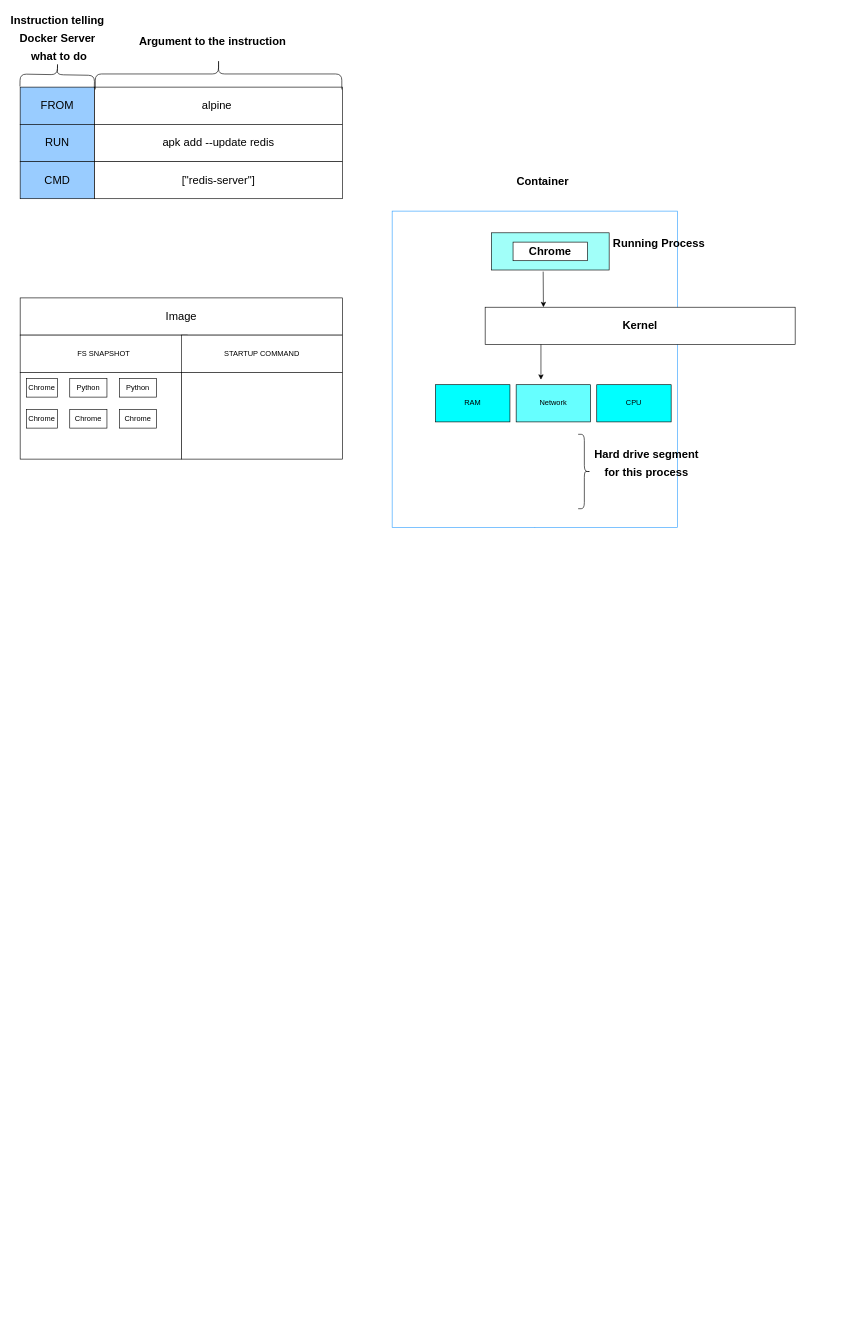
Before: page "Dockerfile image build" (3 of 3) of Untitled Diagram.drawio in hephaestus88/docker, a draw.io diagram. Source tidied: cells renumbered, new cells numbered last; positions are measured from the earlier drawing's top-left corner, leaving out a move shared by most shapes. Both pictures are drawn from the tidied source at 62%, with x=0, y=0 at pixel (20, -50).
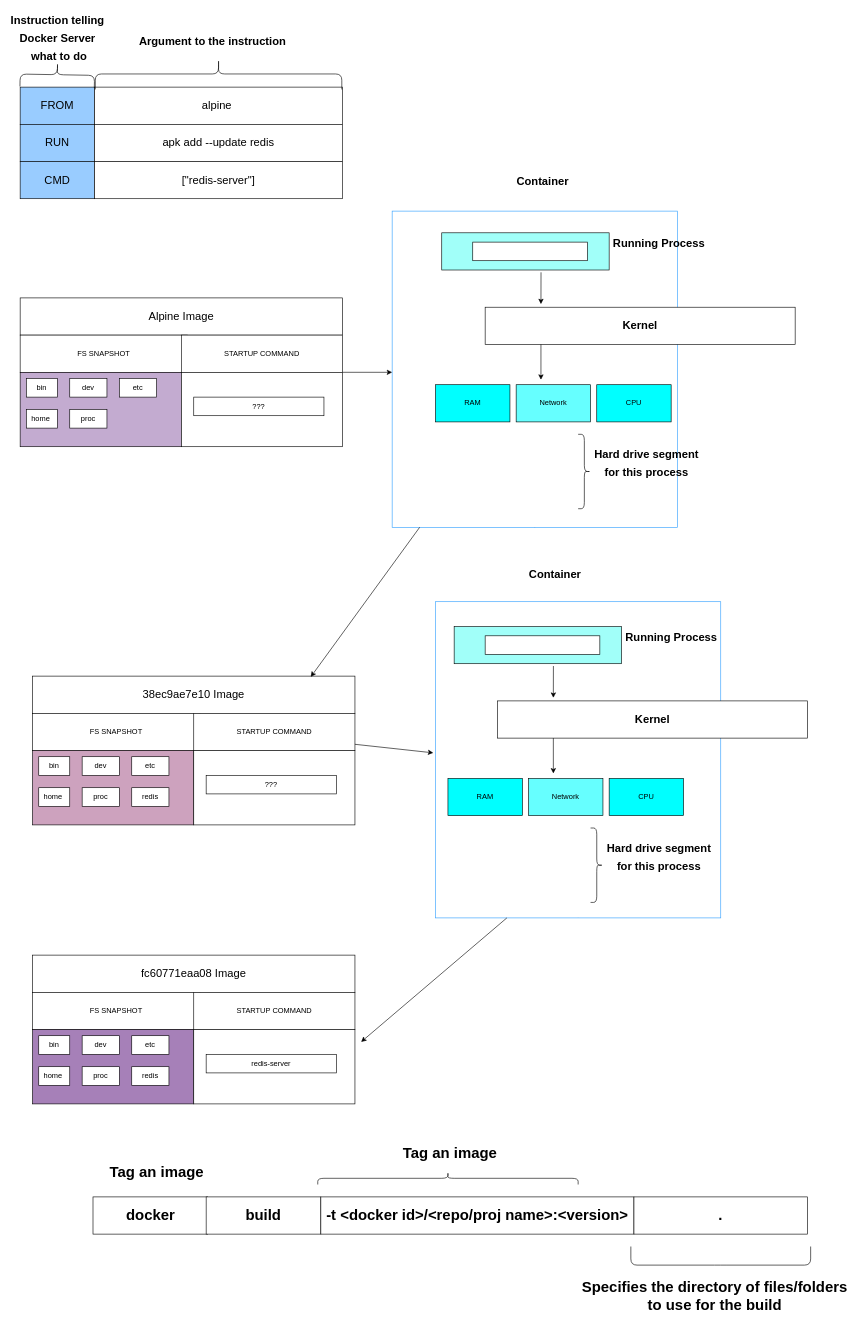
Above is the later version.

Unchanged cells that the change refers to:
```xml
<mxCell id="24" style="rounded=0;whiteSpace=wrap;html=1;points=[[0,0,0,0,0],[0,0.25,0,0,0],[0,0.5,0,0,0],[0,0.75,0,0,0],[0,1,0,0,0],[0.25,0,0,0,0],[0.25,1,0,0,0],[0.5,0,0,0,0],[0.5,1,0,0,0],[0.75,0,0,0,0],[0.75,1,0,0,0],[1,0,0,0,0],[1,0.25,0,0,0],[1,0.5,0,0,0],[1,0.75,0,0,0],[1,1,0,0,0]];strokeColor=#309FFF;shadow=0;" parent="1" vertex="1">
  <mxGeometry x="600" y="420" width="460" height="510" as="geometry" />
</mxCell>
```

What changed in the source:
```diff
@@
-    <mxCell id="12" value="&lt;font style=&quot;font-size: 18px;&quot;&gt;Image&lt;/font&gt;" style="rounded=0;whiteSpace=wrap;html=1;" parent="1" vertex="1">
+    <mxCell id="12" value="&lt;font style=&quot;font-size: 18px;&quot;&gt;Alpine Image&lt;/font&gt;" style="rounded=0;whiteSpace=wrap;html=1;" parent="1" vertex="1">
       <mxGeometry y="560" width="520" height="60" as="geometry" />
     </mxCell>
@@
-    <mxCell id="15" style="rounded=0;whiteSpace=wrap;html=1;" parent="1" vertex="1">
-      <mxGeometry y="680" width="260" height="140" as="geometry" />
+    <mxCell id="15" style="rounded=0;whiteSpace=wrap;html=1;fillColor=#C3ABD0;" parent="1" vertex="1">
+      <mxGeometry y="680" width="260" height="120" as="geometry" />
     </mxCell>
     <mxCell id="16" style="rounded=0;whiteSpace=wrap;html=1;" parent="1" vertex="1">
-      <mxGeometry x="260" y="680" width="260" height="140" as="geometry" />
+      <mxGeometry x="260" y="680" width="260" height="120" as="geometry" />
     </mxCell>
-    <mxCell id="17" value="Chrome" style="rounded=0;whiteSpace=wrap;html=1;" parent="1" vertex="1">
+    <mxCell id="17" value="bin" style="rounded=0;whiteSpace=wrap;html=1;" parent="1" vertex="1">
       <mxGeometry x="10" y="690" width="50" height="30" as="geometry" />
     </mxCell>
-    <mxCell id="18" value="Python" style="rounded=0;whiteSpace=wrap;html=1;" parent="1" vertex="1">
+    <mxCell id="18" value="dev" style="rounded=0;whiteSpace=wrap;html=1;" parent="1" vertex="1">
       <mxGeometry x="80" y="690" width="60" height="30" as="geometry" />
     </mxCell>
-    <mxCell id="19" value="Python" style="rounded=0;whiteSpace=wrap;html=1;" parent="1" vertex="1">
+    <mxCell id="19" value="etc" style="rounded=0;whiteSpace=wrap;html=1;" parent="1" vertex="1">
       <mxGeometry x="160" y="690" width="60" height="30" as="geometry" />
     </mxCell>
-    <mxCell id="20" value="Chrome" style="rounded=0;whiteSpace=wrap;html=1;" parent="1" vertex="1">
+    <mxCell id="20" value="home&amp;nbsp;" style="rounded=0;whiteSpace=wrap;html=1;" parent="1" vertex="1">
       <mxGeometry x="10" y="740" width="50" height="30" as="geometry" />
     </mxCell>
-    <mxCell id="21" value="Chrome" style="rounded=0;whiteSpace=wrap;html=1;" parent="1" vertex="1">
+    <mxCell id="21" value="proc" style="rounded=0;whiteSpace=wrap;html=1;" parent="1" vertex="1">
       <mxGeometry x="80" y="740" width="60" height="30" as="geometry" />
     </mxCell>
-    <mxCell id="22" value="Chrome" style="rounded=0;whiteSpace=wrap;html=1;" parent="1" vertex="1">
-      <mxGeometry x="160" y="740" width="60" height="30" as="geometry" />
-    </mxCell>
@@
     <mxCell id="25" style="rounded=0;whiteSpace=wrap;html=1;fillColor=#A1FFF9;" parent="1" vertex="1">
-      <mxGeometry x="760" y="455" width="190" height="60" as="geometry" />
+      <mxGeometry x="680" y="455" width="270" height="60" as="geometry" />
     </mxCell>
-    <mxCell id="26" value="&lt;font style=&quot;font-size: 18px;&quot;&gt;&lt;b style=&quot;&quot;&gt;Chrome&lt;/b&gt;&lt;/font&gt;" style="rounded=0;whiteSpace=wrap;html=1;" parent="1" vertex="1">
-      <mxGeometry x="795" y="470" width="120" height="30" as="geometry" />
+    <mxCell id="26" style="rounded=0;whiteSpace=wrap;html=1;" parent="1" vertex="1">
+      <mxGeometry x="730" y="470" width="185" height="30" as="geometry" />
     </mxCell>
-    <mxCell id="27" style="endArrow=classic;html=1;rounded=0;exitX=0.44;exitY=1.043;exitDx=0;exitDy=0;exitPerimeter=0;" parent="1" edge="1" source="25">
+    <mxCell id="27" style="endArrow=classic;html=1;rounded=0;exitX=0.593;exitY=1.062;exitDx=0;exitDy=0;exitPerimeter=0;" parent="1" edge="1" source="25">
       <mxGeometry relative="1" as="geometry">
-        <mxPoint x="844" y="575" as="targetPoint" />
+        <mxPoint x="840" y="570" as="targetPoint" />
       </mxGeometry>
     </mxCell>
@@
+    <mxCell id="37" value="???" style="rounded=0;whiteSpace=wrap;html=1;" parent="1" vertex="1">
+      <mxGeometry x="280" y="720" width="210" height="30" as="geometry" />
+    </mxCell>
+    <mxCell id="38" style="edgeStyle=elbowEdgeStyle;rounded=0;jettySize=auto;elbow=vertical;html=1;exitX=0.5;exitY=1;exitDx=0;exitDy=0;exitPerimeter=0;" parent="1" edge="1" source="39" target="46">
+      <mxGeometry relative="1" as="geometry" />
+    </mxCell>
+    <mxCell id="39" style="rounded=0;whiteSpace=wrap;html=1;points=[[0,0,0,0,0],[0,0.25,0,0,0],[0,0.5,0,0,0],[0,0.75,0,0,0],[0,1,0,0,0],[0.25,0,0,0,0],[0.25,1,0,0,0],[0.5,0,0,0,0],[0.5,1,0,0,0],[0.75,0,0,0,0],[0.75,1,0,0,0],[1,0,0,0,0],[1,0.25,0,0,0],[1,0.5,0,0,0],[1,0.75,0,0,0],[1,1,0,0,0]];strokeColor=#309FFF;shadow=0;" parent="1" vertex="1">
+      <mxGeometry x="670" y="1050" width="460" height="510" as="geometry" />
+    </mxCell>
+    <mxCell id="40" style="rounded=0;whiteSpace=wrap;html=1;fillColor=#A1FFF9;" parent="1" vertex="1">
+      <mxGeometry x="700" y="1090" width="270" height="60" as="geometry" />
+    </mxCell>
+    <mxCell id="41" style="rounded=0;whiteSpace=wrap;html=1;" parent="1" vertex="1">
+      <mxGeometry x="750" y="1105" width="185" height="30" as="geometry" />
+    </mxCell>
+    <mxCell id="42" style="endArrow=classic;html=1;rounded=0;exitX=0.593;exitY=1.062;exitDx=0;exitDy=0;exitPerimeter=0;" parent="1" edge="1" source="40">
+      <mxGeometry relative="1" as="geometry">
+        <mxPoint x="860" y="1205" as="targetPoint" />
+      </mxGeometry>
+    </mxCell>
+    <mxCell id="43" value="&lt;font style=&quot;font-size: 18px;&quot;&gt;&lt;b&gt;Kernel&lt;/b&gt;&lt;/font&gt;" style="rounded=0;whiteSpace=wrap;html=1;" parent="1" vertex="1">
+      <mxGeometry x="770" y="1210" width="500" height="60" as="geometry" />
+    </mxCell>
+    <mxCell id="44" style="endArrow=classic;html=1;rounded=0;exitX=0.44;exitY=1.043;exitDx=0;exitDy=0;exitPerimeter=0;" parent="1" edge="1">
+      <mxGeometry relative="1" as="geometry">
+        <mxPoint x="860" y="1270" as="sourcePoint" />
+        <mxPoint x="860" y="1327" as="targetPoint" />
+      </mxGeometry>
+    </mxCell>
+    <mxCell id="45" value="Network" style="rounded=0;whiteSpace=wrap;html=1;fillColor=#66FFFF;" parent="1" vertex="1">
+      <mxGeometry x="820" y="1335" width="120" height="60" as="geometry" />
+    </mxCell>
+    <mxCell id="46" value="RAM" style="rounded=0;whiteSpace=wrap;html=1;fillColor=#00FFFF;" parent="1" vertex="1">
+      <mxGeometry x="690" y="1335" width="120" height="60" as="geometry" />
+    </mxCell>
+    <mxCell id="47" value="CPU" style="rounded=0;whiteSpace=wrap;html=1;fillColor=#00FFFF;" parent="1" vertex="1">
+      <mxGeometry x="950" y="1335" width="120" height="60" as="geometry" />
+    </mxCell>
+    <mxCell id="48" value="&lt;span style=&quot;font-size: 18px;&quot;&gt;Container&amp;nbsp;&lt;/span&gt;" style="text;strokeColor=none;fillColor=none;html=1;fontSize=24;fontStyle=1;verticalAlign=middle;align=center;" parent="1" vertex="1">
+      <mxGeometry x="815" y="990" width="100" height="30" as="geometry" />
+    </mxCell>
+    <mxCell id="49" value="&lt;span style=&quot;font-size: 18px;&quot;&gt;Running Process&lt;br&gt;&lt;br&gt;&lt;/span&gt;" style="text;strokeColor=none;fillColor=none;html=1;fontSize=24;fontStyle=1;verticalAlign=middle;align=center;" parent="1" vertex="1">
+      <mxGeometry x="1000" y="1105" width="100" height="30" as="geometry" />
+    </mxCell>
+    <mxCell id="50" style="shape=curlyBracket;whiteSpace=wrap;html=1;rounded=1;flipH=1;labelPosition=right;verticalLabelPosition=middle;align=left;verticalAlign=middle;" parent="1" vertex="1">
+      <mxGeometry x="920" y="1415" width="20" height="120" as="geometry" />
+    </mxCell>
+    <mxCell id="51" value="&lt;span style=&quot;font-size: 18px;&quot;&gt;Hard drive segment &lt;br&gt;for this process&lt;br&gt;&lt;/span&gt;" style="text;strokeColor=none;fillColor=none;html=1;fontSize=24;fontStyle=1;verticalAlign=middle;align=center;" parent="1" vertex="1">
+      <mxGeometry x="980" y="1445" width="100" height="30" as="geometry" />
+    </mxCell>
+    <mxCell id="52" value="&lt;font style=&quot;font-size: 18px;&quot;&gt;38ec9ae7e10 Image&lt;/font&gt;" style="rounded=0;whiteSpace=wrap;html=1;" parent="1" vertex="1">
+      <mxGeometry x="20" y="1170" width="520" height="60" as="geometry" />
+    </mxCell>
+    <mxCell id="53" value="FS SNAPSHOT" style="rounded=0;whiteSpace=wrap;html=1;" parent="1" vertex="1">
+      <mxGeometry x="20" y="1230" width="270" height="60" as="geometry" />
+    </mxCell>
+    <mxCell id="54" value="STARTUP COMMAND" style="rounded=0;whiteSpace=wrap;html=1;" parent="1" vertex="1">
+      <mxGeometry x="280" y="1230" width="260" height="60" as="geometry" />
+    </mxCell>
+    <mxCell id="55" style="rounded=0;whiteSpace=wrap;html=1;fillColor=#CDA2BE;" parent="1" vertex="1">
+      <mxGeometry x="20" y="1290" width="260" height="120" as="geometry" />
+    </mxCell>
+    <mxCell id="56" style="rounded=0;whiteSpace=wrap;html=1;" parent="1" vertex="1">
+      <mxGeometry x="280" y="1290" width="260" height="120" as="geometry" />
+    </mxCell>
+    <mxCell id="57" value="bin" style="rounded=0;whiteSpace=wrap;html=1;" parent="1" vertex="1">
+      <mxGeometry x="30" y="1300" width="50" height="30" as="geometry" />
+    </mxCell>
+    <mxCell id="58" value="dev" style="rounded=0;whiteSpace=wrap;html=1;" parent="1" vertex="1">
+      <mxGeometry x="100" y="1300" width="60" height="30" as="geometry" />
+    </mxCell>
+    <mxCell id="59" value="etc" style="rounded=0;whiteSpace=wrap;html=1;" parent="1" vertex="1">
+      <mxGeometry x="180" y="1300" width="60" height="30" as="geometry" />
+    </mxCell>
+    <mxCell id="60" value="home&amp;nbsp;" style="rounded=0;whiteSpace=wrap;html=1;" parent="1" vertex="1">
+      <mxGeometry x="30" y="1350" width="50" height="30" as="geometry" />
+    </mxCell>
+    <mxCell id="61" value="proc" style="rounded=0;whiteSpace=wrap;html=1;" parent="1" vertex="1">
+      <mxGeometry x="100" y="1350" width="60" height="30" as="geometry" />
+    </mxCell>
+    <mxCell id="62" value="???" style="rounded=0;whiteSpace=wrap;html=1;" parent="1" vertex="1">
+      <mxGeometry x="300" y="1330" width="210" height="30" as="geometry" />
+    </mxCell>
+    <mxCell id="63" style="endArrow=classic;html=1;rounded=0;elbow=vertical;entryX=0.863;entryY=0.021;entryDx=0;entryDy=0;entryPerimeter=0;" parent="1" edge="1" source="24" target="52">
+      <mxGeometry relative="1" as="geometry" />
+    </mxCell>
+    <mxCell id="64" value="redis" style="rounded=0;whiteSpace=wrap;html=1;" parent="1" vertex="1">
+      <mxGeometry x="180" y="1350" width="60" height="30" as="geometry" />
+    </mxCell>
+    <mxCell id="65" style="endArrow=classic;html=1;rounded=0;elbow=vertical;entryX=-0.008;entryY=0.478;entryDx=0;entryDy=0;entryPerimeter=0;" parent="1" edge="1" target="39">
+      <mxGeometry relative="1" as="geometry">
+        <mxPoint x="540" y="1280" as="sourcePoint" />
+      </mxGeometry>
+    </mxCell>
+    <mxCell id="66" value="&lt;font style=&quot;font-size: 18px;&quot;&gt;fc60771eaa08 Image&lt;/font&gt;" style="rounded=0;whiteSpace=wrap;html=1;" parent="1" vertex="1">
+      <mxGeometry x="20" y="1620" width="520" height="60" as="geometry" />
+    </mxCell>
+    <mxCell id="67" value="FS SNAPSHOT" style="rounded=0;whiteSpace=wrap;html=1;" parent="1" vertex="1">
+      <mxGeometry x="20" y="1680" width="270" height="60" as="geometry" />
+    </mxCell>
+    <mxCell id="68" value="STARTUP COMMAND" style="rounded=0;whiteSpace=wrap;html=1;" parent="1" vertex="1">
+      <mxGeometry x="280" y="1680" width="260" height="60" as="geometry" />
+    </mxCell>
+    <mxCell id="69" style="rounded=0;whiteSpace=wrap;html=1;fillColor=#A680B8;" parent="1" vertex="1">
+      <mxGeometry x="20" y="1740" width="260" height="120" as="geometry" />
+    </mxCell>
+    <mxCell id="70" style="rounded=0;whiteSpace=wrap;html=1;" parent="1" vertex="1">
+      <mxGeometry x="280" y="1740" width="260" height="120" as="geometry" />
+    </mxCell>
+    <mxCell id="71" value="bin" style="rounded=0;whiteSpace=wrap;html=1;" parent="1" vertex="1">
+      <mxGeometry x="30" y="1750" width="50" height="30" as="geometry" />
+    </mxCell>
+    <mxCell id="72" value="dev" style="rounded=0;whiteSpace=wrap;html=1;" parent="1" vertex="1">
+      <mxGeometry x="100" y="1750" width="60" height="30" as="geometry" />
+    </mxCell>
+    <mxCell id="73" value="etc" style="rounded=0;whiteSpace=wrap;html=1;" parent="1" vertex="1">
+      <mxGeometry x="180" y="1750" width="60" height="30" as="geometry" />
+    </mxCell>
+    <mxCell id="74" value="home&amp;nbsp;" style="rounded=0;whiteSpace=wrap;html=1;" parent="1" vertex="1">
+      <mxGeometry x="30" y="1800" width="50" height="30" as="geometry" />
+    </mxCell>
+    <mxCell id="75" value="proc" style="rounded=0;whiteSpace=wrap;html=1;" parent="1" vertex="1">
+      <mxGeometry x="100" y="1800" width="60" height="30" as="geometry" />
+    </mxCell>
+    <mxCell id="76" value="redis-server" style="rounded=0;whiteSpace=wrap;html=1;" parent="1" vertex="1">
+      <mxGeometry x="300" y="1780" width="210" height="30" as="geometry" />
+    </mxCell>
+    <mxCell id="77" value="redis" style="rounded=0;whiteSpace=wrap;html=1;" parent="1" vertex="1">
+      <mxGeometry x="180" y="1800" width="60" height="30" as="geometry" />
+    </mxCell>
+    <mxCell id="78" style="endArrow=classic;html=1;rounded=0;elbow=vertical;exitX=0.25;exitY=1;exitDx=0;exitDy=0;exitPerimeter=0;" parent="1" edge="1" source="39">
+      <mxGeometry relative="1" as="geometry">
+        <mxPoint x="550" y="1760" as="targetPoint" />
+      </mxGeometry>
+    </mxCell>
+    <mxCell id="79" style="endArrow=classic;html=1;rounded=0;elbow=vertical;exitX=1;exitY=0;exitDx=0;exitDy=0;" parent="1" edge="1" source="16">
+      <mxGeometry relative="1" as="geometry">
+        <mxPoint x="600" y="680" as="targetPoint" />
+      </mxGeometry>
+    </mxCell>
+    <mxCell id="80" value="&lt;font style=&quot;font-size: 24px;&quot;&gt;&lt;b&gt;docker&lt;/b&gt;&lt;/font&gt;" style="rounded=0;whiteSpace=wrap;html=1;" parent="1" vertex="1">
+      <mxGeometry x="117.5" y="2010" width="185" height="60" as="geometry" />
+    </mxCell>
+    <mxCell id="81" value="&lt;font style=&quot;font-size: 24px;&quot;&gt;&lt;b&gt;build&lt;/b&gt;&lt;/font&gt;" style="rounded=0;whiteSpace=wrap;html=1;" parent="1" vertex="1">
+      <mxGeometry x="300" y="2010" width="185" height="60" as="geometry" />
+    </mxCell>
+    <mxCell id="82" value="&lt;font style=&quot;font-size: 24px;&quot;&gt;&lt;b&gt;-t &amp;lt;docker id&amp;gt;/&amp;lt;repo/proj name&amp;gt;:&amp;lt;version&amp;gt;&lt;/b&gt;&lt;/font&gt;" style="rounded=0;whiteSpace=wrap;html=1;" parent="1" vertex="1">
+      <mxGeometry x="485" y="2010" width="505" height="60" as="geometry" />
+    </mxCell>
+    <mxCell id="83" value="Tag an image" style="text;strokeColor=none;fillColor=none;html=1;fontSize=24;fontStyle=1;verticalAlign=middle;align=center;" parent="1" vertex="1">
+      <mxGeometry x="170" y="1950" width="100" height="40" as="geometry" />
+    </mxCell>
+    <mxCell id="84" style="shape=curlyBracket;whiteSpace=wrap;html=1;rounded=1;flipH=1;labelPosition=right;verticalLabelPosition=middle;align=left;verticalAlign=middle;rotation=-90;" parent="1" vertex="1">
+      <mxGeometry x="680" y="1770" width="20" height="420" as="geometry" />
+    </mxCell>
+    <mxCell id="85" value="Tag an image" style="text;strokeColor=none;fillColor=none;html=1;fontSize=24;fontStyle=1;verticalAlign=middle;align=center;" parent="1" vertex="1">
+      <mxGeometry x="642.5" y="1920" width="100" height="40" as="geometry" />
+    </mxCell>
+    <mxCell id="86" value="&lt;font style=&quot;font-size: 24px;&quot;&gt;&lt;b style=&quot;&quot;&gt;.&lt;/b&gt;&lt;/font&gt;" style="rounded=0;whiteSpace=wrap;html=1;" parent="1" vertex="1">
+      <mxGeometry x="990" y="2010" width="280" height="60" as="geometry" />
+    </mxCell>
+    <mxCell id="87" value="Specifies the directory of files/folders &lt;br&gt;to use for the build" style="text;strokeColor=none;fillColor=none;html=1;fontSize=24;fontStyle=1;verticalAlign=middle;align=center;" parent="1" vertex="1">
+      <mxGeometry x="1070" y="2150" width="100" height="40" as="geometry" />
+    </mxCell>
+    <mxCell id="88" style="shape=curlyBracket;whiteSpace=wrap;html=1;rounded=1;flipH=1;labelPosition=right;verticalLabelPosition=middle;align=left;verticalAlign=middle;size=0;rotation=90;" parent="1" vertex="1">
+      <mxGeometry x="1115" y="1960" width="30" height="290" as="geometry" />
+    </mxCell>
```
